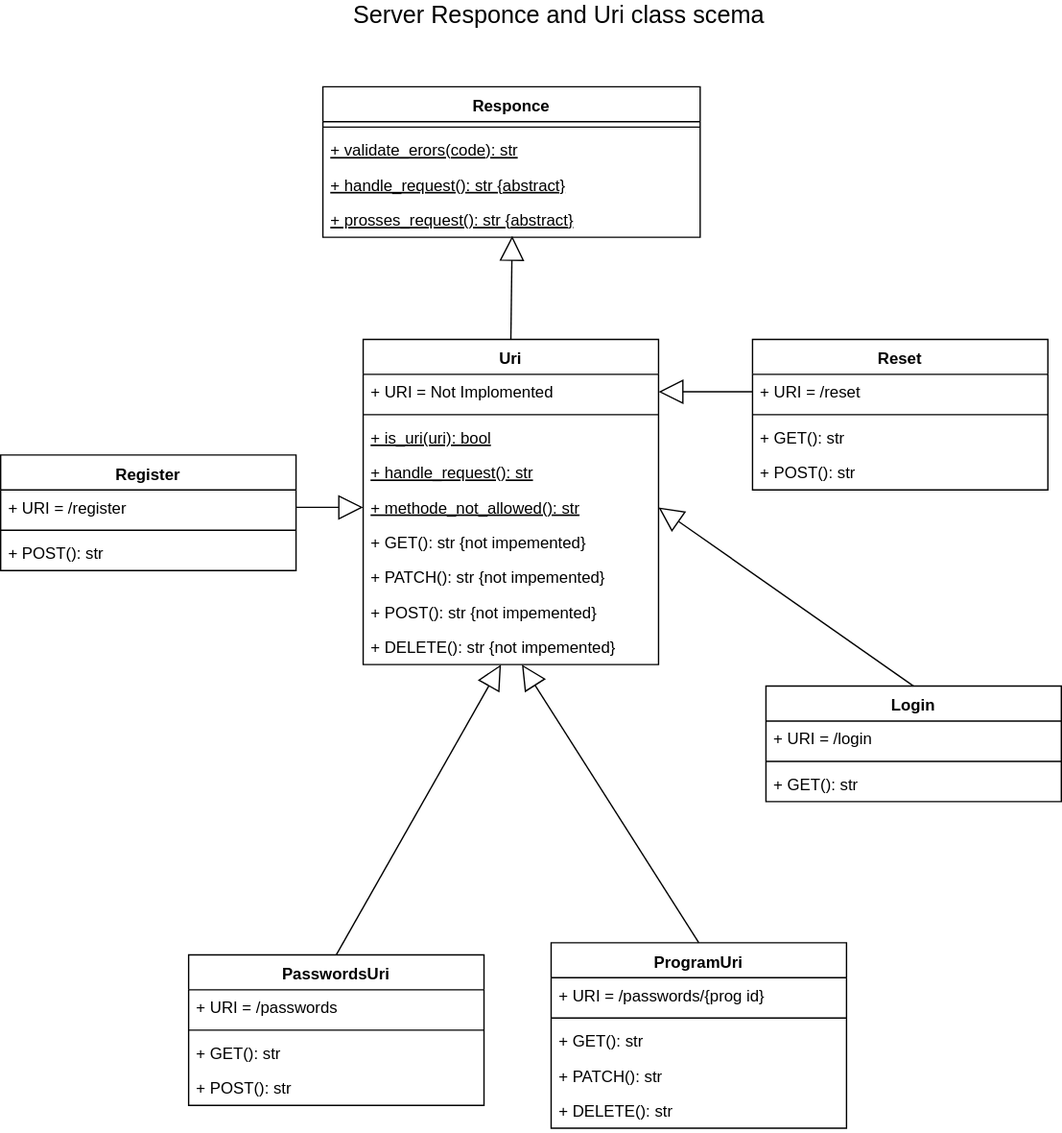
Earlier version of the draw.io export Documents/server class diagram-URI.svg (adibl/password_saver). Source tidied: cells renumbered, new cells last; positions are measured from the earlier drawing's top-left corner, leaving out a move shared by most shapes.
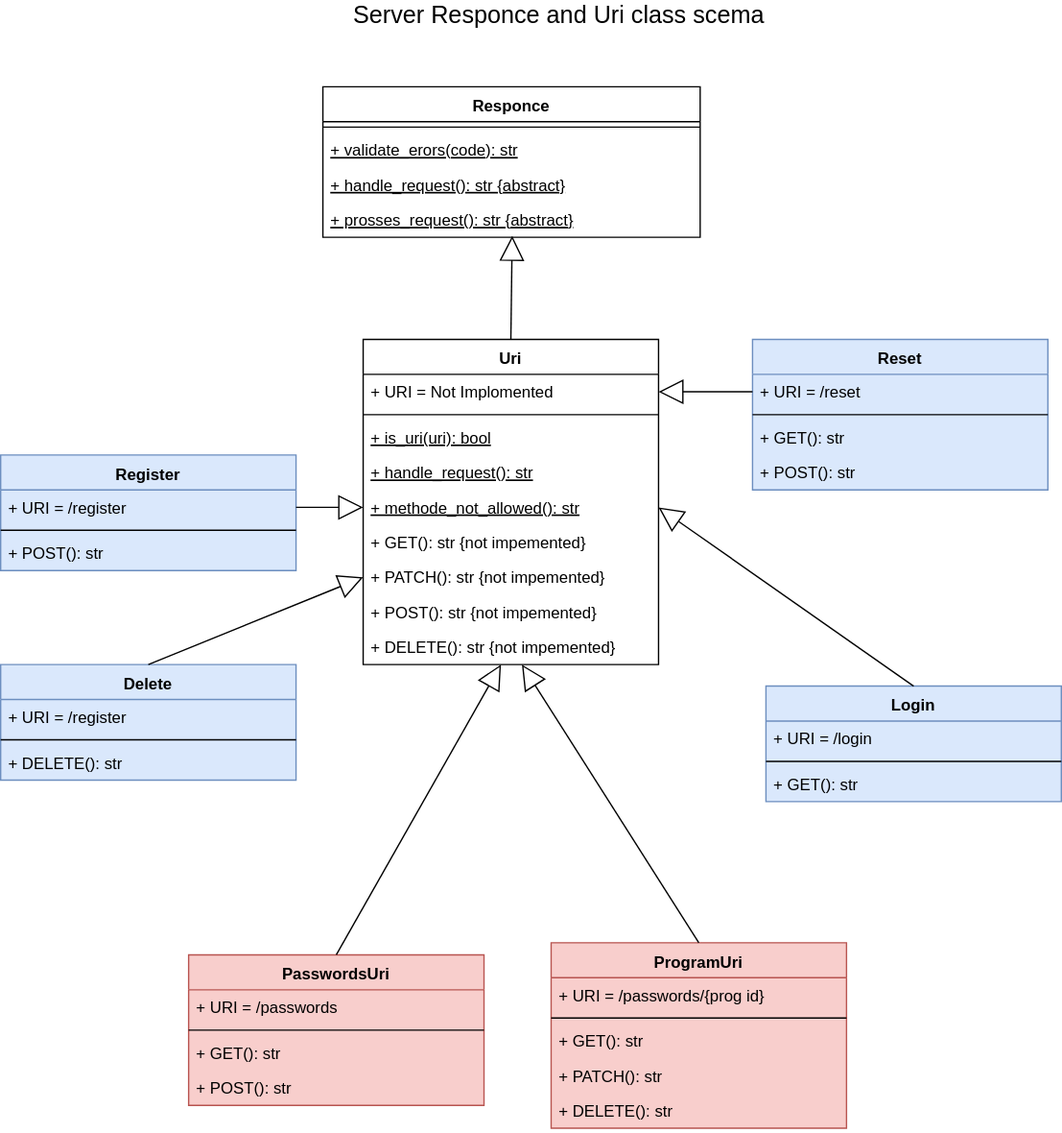
The same diagram one commit later.

Commit message:
server class diagram-URI add colors

What changed in the source:
```diff
@@ -47,7 +47,7 @@
     <mxCell id="16" value="+ DELETE(): str {not impemented}" style="text;strokeColor=none;fillColor=none;align=left;verticalAlign=top;spacingLeft=4;spacingRight=4;overflow=hidden;points=[[0,0.5],[1,0.5]];portConstraint=eastwest;fontStyle=0;" parent="7" vertex="1">
       <mxGeometry y="216" width="220" height="26" as="geometry" />
     </mxCell>
-    <mxCell id="17" value="ProgramUri" style="swimlane;fontStyle=1;align=center;verticalAlign=top;horizontal=1;startSize=26;" parent="1" vertex="1">
+    <mxCell id="17" value="ProgramUri" style="swimlane;fontStyle=1;align=center;verticalAlign=top;horizontal=1;startSize=26;fillColor=#F8CECC;strokeColor=#b85450;swimlaneFillColor=#F8CECC;" parent="1" vertex="1">
       <mxGeometry x="410" y="701" width="220" height="138" as="geometry" />
     </mxCell>
     <mxCell id="18" value="+ URI = /passwords/{prog id}" style="text;strokeColor=none;fillColor=none;align=left;verticalAlign=top;spacingLeft=4;spacingRight=4;overflow=hidden;fontStyle=0;" parent="17" vertex="1">
@@ -65,7 +65,7 @@
     <mxCell id="22" value="+ DELETE(): str " style="text;strokeColor=none;fillColor=none;align=left;verticalAlign=top;spacingLeft=4;spacingRight=4;overflow=hidden;fontStyle=0;" parent="17" vertex="1">
       <mxGeometry y="112" width="220" height="26" as="geometry" />
     </mxCell>
-    <mxCell id="23" value="PasswordsUri" style="swimlane;fontStyle=1;align=center;verticalAlign=top;horizontal=1;startSize=26;" parent="1" vertex="1">
+    <mxCell id="23" value="PasswordsUri" style="swimlane;fontStyle=1;align=center;verticalAlign=top;horizontal=1;startSize=26;fillColor=#f8cecc;strokeColor=#b85450;swimlaneFillColor=#F8CECC;" parent="1" vertex="1">
       <mxGeometry x="140" y="710" width="220" height="112" as="geometry" />
     </mxCell>
     <mxCell id="24" value="+ URI = /passwords" style="text;strokeColor=none;fillColor=none;align=left;verticalAlign=top;spacingLeft=4;spacingRight=4;overflow=hidden;fontStyle=0;" parent="23" vertex="1">
@@ -80,7 +80,7 @@
     <mxCell id="27" value="+ POST(): str " style="text;strokeColor=none;fillColor=none;align=left;verticalAlign=top;spacingLeft=4;spacingRight=4;overflow=hidden;fontStyle=0;" parent="23" vertex="1">
       <mxGeometry y="86" width="220" height="26" as="geometry" />
     </mxCell>
-    <mxCell id="28" value="Login" style="swimlane;fontStyle=1;align=center;verticalAlign=top;horizontal=1;startSize=26;" parent="1" vertex="1">
+    <mxCell id="28" value="Login" style="swimlane;fontStyle=1;align=center;verticalAlign=top;horizontal=1;startSize=26;fillColor=#dae8fc;strokeColor=#6c8ebf;swimlaneFillColor=#DAE8FC;" parent="1" vertex="1">
       <mxGeometry x="570" y="510" width="220" height="86" as="geometry" />
     </mxCell>
     <mxCell id="29" value="+ URI = /login" style="text;strokeColor=none;fillColor=none;align=left;verticalAlign=top;spacingLeft=4;spacingRight=4;overflow=hidden;fontStyle=0;" parent="28" vertex="1">
@@ -92,7 +92,7 @@
     <mxCell id="31" value="+ GET(): str " style="text;strokeColor=none;fillColor=none;align=left;verticalAlign=top;spacingLeft=4;spacingRight=4;overflow=hidden;fontStyle=0;" parent="28" vertex="1">
       <mxGeometry y="60" width="220" height="26" as="geometry" />
     </mxCell>
-    <mxCell id="32" value="Register" style="swimlane;fontStyle=1;align=center;verticalAlign=top;horizontal=1;startSize=26;" parent="1" vertex="1">
+    <mxCell id="32" value="Register" style="swimlane;fontStyle=1;align=center;verticalAlign=top;horizontal=1;startSize=26;fillColor=#dae8fc;strokeColor=#6c8ebf;swimlaneFillColor=#DAE8FC;" parent="1" vertex="1">
       <mxGeometry y="338" width="220" height="86" as="geometry" />
     </mxCell>
     <mxCell id="33" value="+ URI = /register" style="text;strokeColor=none;fillColor=none;align=left;verticalAlign=top;spacingLeft=4;spacingRight=4;overflow=hidden;points=[[0,0.5],[1,0.5]];portConstraint=eastwest;fontStyle=0;" parent="32" vertex="1">
@@ -104,7 +104,7 @@
     <mxCell id="35" value="+ POST(): str " style="text;strokeColor=none;fillColor=none;align=left;verticalAlign=top;spacingLeft=4;spacingRight=4;overflow=hidden;fontStyle=0;" parent="32" vertex="1">
       <mxGeometry y="60" width="220" height="26" as="geometry" />
     </mxCell>
-    <mxCell id="36" value="Reset" style="swimlane;fontStyle=1;align=center;verticalAlign=top;horizontal=1;startSize=26;" parent="1" vertex="1">
+    <mxCell id="36" value="Reset" style="swimlane;fontStyle=1;align=center;verticalAlign=top;horizontal=1;startSize=26;fillColor=#dae8fc;strokeColor=#6c8ebf;swimlaneFillColor=#DAE8FC;" parent="1" vertex="1">
       <mxGeometry x="560" y="252" width="220" height="112" as="geometry" />
     </mxCell>
     <mxCell id="37" value="+ URI = /reset" style="text;strokeColor=none;fillColor=none;align=left;verticalAlign=top;spacingLeft=4;spacingRight=4;overflow=hidden;points=[[0,0.5],[1,0.5]];portConstraint=eastwest;fontStyle=0;" parent="36" vertex="1">
@@ -140,5 +140,20 @@
     <mxCell id="47" value="&lt;font style=&quot;font-size: 18px&quot;&gt;Server Responce and Uri class scema&lt;/font&gt;" style="text;html=1;strokeColor=none;fillColor=none;align=center;verticalAlign=middle;whiteSpace=wrap;rounded=0;" parent="1" vertex="1">
       <mxGeometry x="215" width="400" height="20" as="geometry" />
     </mxCell>
+    <mxCell id="48" value="Delete" style="swimlane;fontStyle=1;align=center;verticalAlign=top;horizontal=1;startSize=26;fillColor=#DAE8FC;strokeColor=#6c8ebf;swimlaneFillColor=#DAE8FC;" parent="1" vertex="1">
+      <mxGeometry y="494" width="220" height="86" as="geometry" />
+    </mxCell>
+    <mxCell id="49" value="+ URI = /register" style="text;strokeColor=none;fillColor=none;align=left;verticalAlign=top;spacingLeft=4;spacingRight=4;overflow=hidden;fontStyle=0;" parent="48" vertex="1">
+      <mxGeometry y="26" width="220" height="26" as="geometry" />
+    </mxCell>
+    <mxCell id="50" style="line;strokeWidth=1;fillColor=none;align=left;verticalAlign=middle;spacingTop=-1;spacingLeft=3;spacingRight=3;labelPosition=right;" parent="48" vertex="1">
+      <mxGeometry y="52" width="220" height="8" as="geometry" />
+    </mxCell>
+    <mxCell id="51" value="+ DELETE(): str " style="text;strokeColor=none;fillColor=none;align=left;verticalAlign=top;spacingLeft=4;spacingRight=4;overflow=hidden;fontStyle=0;" parent="48" vertex="1">
+      <mxGeometry y="60" width="220" height="26" as="geometry" />
+    </mxCell>
+    <mxCell id="52" style="endArrow=block;endSize=16;endFill=0;html=1;entryX=0;entryY=0.5;entryDx=0;entryDy=0;exitX=0.5;exitY=0;exitDx=0;exitDy=0;" parent="1" edge="1" source="48" target="14">
+      <mxGeometry x="-0.03" y="16" relative="1" as="geometry" />
+    </mxCell>
   </root>
 </mxGraphModel>
```
